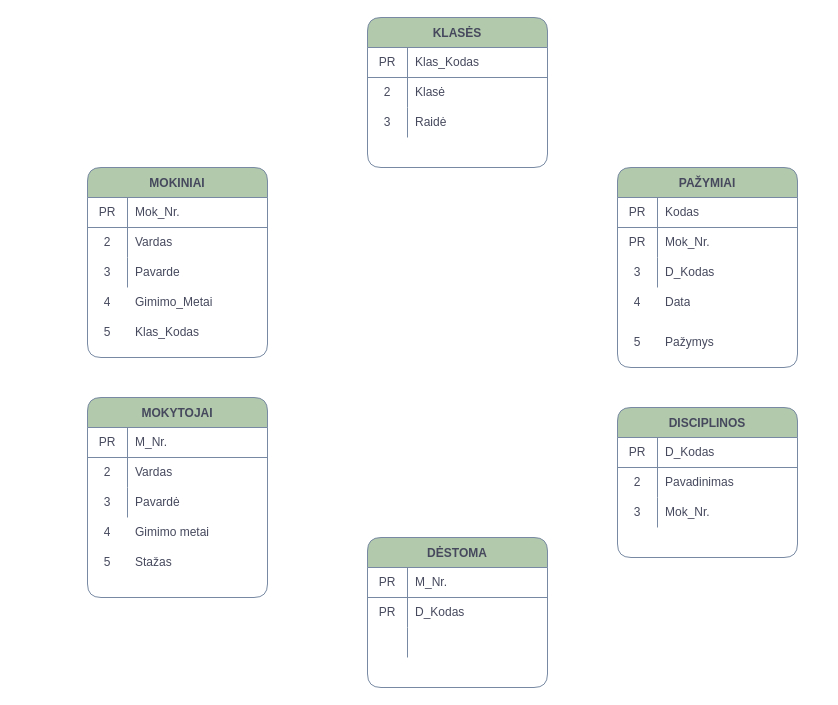
SaruneRa/ER-Diadram-Gradebook keeps this draw.io diagram as Untitled Diagram.drawio. Above is the earlier version. Source tidied: cells renumbered, new cells numbered last; positions are measured from the earlier drawing's top-left corner, leaving out a move shared by most shapes. Both pictures are drawn from the tidied source at 100%, with x=0, y=0 at pixel (87, 17).
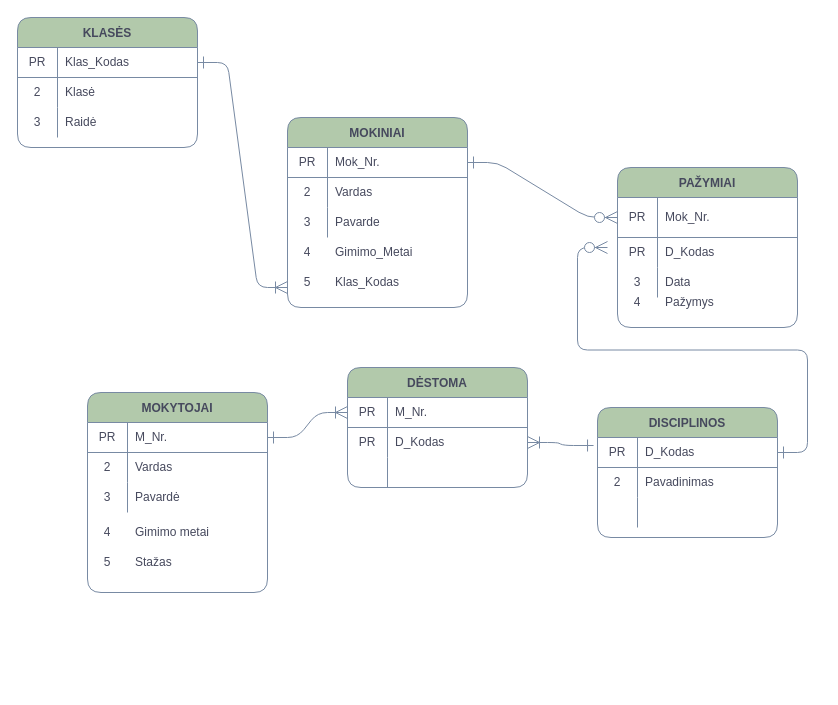
The same page after the edit.

Unchanged cells that the change refers to:
```xml
<mxCell id="3" style="shape=partialRectangle;html=1;whiteSpace=wrap;fillColor=none;top=0;left=0;bottom=1;right=0;points=[[0,0.5],[1,0.5]];portConstraint=eastwest;strokeColor=#788AA3;fontColor=#46495D;rounded=1;" parent="2" vertex="1">
  <mxGeometry y="30" width="180" height="30" as="geometry" />
</mxCell>
<mxCell id="13" style="shape=partialRectangle;html=1;whiteSpace=wrap;fillColor=none;top=0;left=0;bottom=1;right=0;points=[[0,0.5],[1,0.5]];portConstraint=eastwest;strokeColor=#788AA3;fontColor=#46495D;rounded=1;" parent="12" vertex="1">
  <mxGeometry y="30" width="180" height="30" as="geometry" />
</mxCell>
<mxCell id="23" style="shape=partialRectangle;html=1;whiteSpace=wrap;fillColor=none;top=0;left=0;bottom=1;right=0;points=[[0,0.5],[1,0.5]];portConstraint=eastwest;strokeColor=#788AA3;fontColor=#46495D;rounded=1;" parent="22" vertex="1">
  <mxGeometry y="30" width="180" height="30" as="geometry" />
</mxCell>
<mxCell id="43" style="shape=partialRectangle;html=1;whiteSpace=wrap;fillColor=none;top=0;left=0;bottom=1;right=0;points=[[0,0.5],[1,0.5]];portConstraint=eastwest;strokeColor=#788AA3;fontColor=#46495D;rounded=1;" parent="42" vertex="1">
  <mxGeometry y="30" width="180" height="30" as="geometry" />
</mxCell>
<mxCell id="49" style="shape=partialRectangle;html=1;whiteSpace=wrap;fillColor=none;top=0;left=0;bottom=0;right=0;strokeColor=#788AA3;fontColor=#46495D;rounded=1;" parent="42" vertex="1">
  <mxGeometry y="90" width="180" height="30" as="geometry" />
</mxCell>
<mxCell id="53" style="shape=partialRectangle;html=1;whiteSpace=wrap;fillColor=none;top=0;left=0;bottom=1;right=0;points=[[0,0.5],[1,0.5]];portConstraint=eastwest;strokeColor=#788AA3;fontColor=#46495D;rounded=1;" parent="52" vertex="1">
  <mxGeometry y="30" width="180" height="30" as="geometry" />
</mxCell>
<mxCell id="56" style="shape=partialRectangle;html=1;whiteSpace=wrap;fillColor=none;top=0;left=0;bottom=0;right=0;points=[[0,0.5],[1,0.5]];portConstraint=eastwest;strokeColor=#788AA3;fontColor=#46495D;rounded=1;" parent="52" vertex="1">
  <mxGeometry y="60" width="180" height="30" as="geometry" />
</mxCell>
```

Diff of the diagram source:
```diff
@@
     <mxCell id="2" value="MOKINIAI" style="shape=table;startSize=30;childLayout=tableLayout;rowLines=0;fontStyle=1;align=center;fillColor=#B2C9AB;strokeColor=#788AA3;fontColor=#46495D;rounded=1;" parent="1" vertex="1">
-      <mxGeometry y="150" width="180" height="190" as="geometry" />
+      <mxGeometry x="200" y="100" width="180" height="190" as="geometry" />
     </mxCell>
@@
     <mxCell id="12" value="MOKYTOJAI" style="shape=table;startSize=30;childLayout=tableLayout;rowLines=0;fontStyle=1;align=center;fillColor=#B2C9AB;strokeColor=#788AA3;fontColor=#46495D;rounded=1;" parent="1" vertex="1">
-      <mxGeometry y="380" width="180" height="200" as="geometry" />
+      <mxGeometry y="375" width="180" height="200" as="geometry" />
     </mxCell>
@@
     <mxCell id="22" value="KLASĖS" style="shape=table;startSize=30;childLayout=tableLayout;rowLines=0;fontStyle=1;align=center;fillColor=#B2C9AB;strokeColor=#788AA3;fontColor=#46495D;rounded=1;" parent="1" vertex="1">
-      <mxGeometry x="280" width="180" height="150" as="geometry" />
+      <mxGeometry x="-70" width="180" height="130" as="geometry" />
     </mxCell>
@@
     <mxCell id="32" value="PAŽYMIAI" style="shape=table;startSize=30;childLayout=tableLayout;rowLines=0;fontStyle=1;align=center;fillColor=#B2C9AB;strokeColor=#788AA3;fontColor=#46495D;rounded=1;" parent="1" vertex="1">
-      <mxGeometry x="530" y="150" width="180" height="200" as="geometry" />
+      <mxGeometry x="530" y="150" width="180" height="160" as="geometry" />
     </mxCell>
     <mxCell id="33" style="shape=partialRectangle;html=1;whiteSpace=wrap;fillColor=none;top=0;left=0;bottom=1;right=0;points=[[0,0.5],[1,0.5]];portConstraint=eastwest;strokeColor=#788AA3;fontColor=#46495D;rounded=1;" parent="32" vertex="1">
-      <mxGeometry y="30" width="180" height="30" as="geometry" />
+      <mxGeometry y="30" width="180" height="40" as="geometry" />
     </mxCell>
     <mxCell id="34" value="PR" style="shape=partialRectangle;html=1;whiteSpace=wrap;fillColor=none;top=0;left=0;bottom=0;right=0;overflow=hidden;strokeColor=#788AA3;fontColor=#46495D;rounded=1;" parent="33" vertex="1">
-      <mxGeometry width="40" height="30" as="geometry" />
+      <mxGeometry width="40" height="40" as="geometry" />
     </mxCell>
-    <mxCell id="35" value="Kodas" style="shape=partialRectangle;html=1;whiteSpace=wrap;fillColor=none;top=0;left=0;bottom=0;right=0;align=left;spacingLeft=6;overflow=hidden;strokeColor=#788AA3;fontColor=#46495D;rounded=1;" parent="33" vertex="1">
-      <mxGeometry x="40" width="140" height="30" as="geometry" />
+    <mxCell id="35" value="Mok_Nr." style="shape=partialRectangle;html=1;whiteSpace=wrap;fillColor=none;top=0;left=0;bottom=0;right=0;align=left;spacingLeft=6;overflow=hidden;strokeColor=#788AA3;fontColor=#46495D;rounded=1;" parent="33" vertex="1">
+      <mxGeometry x="40" width="140" height="40" as="geometry" />
     </mxCell>
     <mxCell id="36" style="shape=partialRectangle;html=1;whiteSpace=wrap;fillColor=none;top=0;left=0;bottom=0;right=0;strokeColor=#788AA3;fontColor=#46495D;rounded=1;" parent="32" vertex="1">
-      <mxGeometry y="60" width="180" height="30" as="geometry" />
+      <mxGeometry y="70" width="180" height="30" as="geometry" />
     </mxCell>
@@
-    <mxCell id="38" value="Mok_Nr." style="shape=partialRectangle;html=1;whiteSpace=wrap;fillColor=none;top=0;left=0;bottom=0;right=0;align=left;spacingLeft=6;overflow=hidden;strokeColor=#788AA3;fontColor=#46495D;rounded=1;" parent="36" vertex="1">
+    <mxCell id="38" value="D_Kodas" style="shape=partialRectangle;html=1;whiteSpace=wrap;fillColor=none;top=0;left=0;bottom=0;right=0;align=left;spacingLeft=6;overflow=hidden;strokeColor=#788AA3;fontColor=#46495D;rounded=1;" parent="36" vertex="1">
       <mxGeometry x="40" width="140" height="30" as="geometry" />
     </mxCell>
     <mxCell id="39" style="shape=partialRectangle;html=1;whiteSpace=wrap;fillColor=none;top=0;left=0;bottom=0;right=0;strokeColor=#788AA3;fontColor=#46495D;rounded=1;" parent="32" vertex="1">
-      <mxGeometry y="90" width="180" height="30" as="geometry" />
+      <mxGeometry y="100" width="180" height="30" as="geometry" />
     </mxCell>
@@
-    <mxCell id="41" value="D_Kodas" style="shape=partialRectangle;html=1;whiteSpace=wrap;fillColor=none;top=0;left=0;bottom=0;right=0;align=left;spacingLeft=6;overflow=hidden;strokeColor=#788AA3;fontColor=#46495D;rounded=1;" parent="39" vertex="1">
+    <mxCell id="41" value="&lt;span&gt;Data&lt;/span&gt;" style="shape=partialRectangle;html=1;whiteSpace=wrap;fillColor=none;top=0;left=0;bottom=0;right=0;align=left;spacingLeft=6;overflow=hidden;strokeColor=#788AA3;fontColor=#46495D;rounded=1;" parent="39" vertex="1">
       <mxGeometry x="40" width="140" height="30" as="geometry" />
     </mxCell>
     <mxCell id="42" value="DISCIPLINOS" style="shape=table;startSize=30;childLayout=tableLayout;rowLines=0;fontStyle=1;align=center;fillColor=#B2C9AB;strokeColor=#788AA3;fontColor=#46495D;rounded=1;" parent="1" vertex="1">
-      <mxGeometry x="530" y="390" width="180" height="150" as="geometry" />
+      <mxGeometry x="510" y="390" width="180" height="130" as="geometry" />
     </mxCell>
@@
-    <mxCell id="50" value="3" style="shape=partialRectangle;html=1;whiteSpace=wrap;fillColor=none;top=0;left=0;bottom=0;right=0;overflow=hidden;strokeColor=#788AA3;fontColor=#46495D;rounded=1;" parent="49" vertex="1">
+    <mxCell id="50" style="shape=partialRectangle;html=1;whiteSpace=wrap;fillColor=none;top=0;left=0;bottom=0;right=0;overflow=hidden;strokeColor=#788AA3;fontColor=#46495D;rounded=1;" parent="49" vertex="1">
       <mxGeometry width="40" height="30" as="geometry" />
     </mxCell>
-    <mxCell id="51" value="Mok_Nr." style="shape=partialRectangle;html=1;whiteSpace=wrap;fillColor=none;top=0;left=0;bottom=0;right=0;align=left;spacingLeft=6;overflow=hidden;strokeColor=#788AA3;fontColor=#46495D;rounded=1;" parent="49" vertex="1">
+    <mxCell id="51" style="shape=partialRectangle;html=1;whiteSpace=wrap;fillColor=none;top=0;left=0;bottom=0;right=0;align=left;spacingLeft=6;overflow=hidden;strokeColor=#788AA3;fontColor=#46495D;rounded=1;" parent="49" vertex="1">
       <mxGeometry x="40" width="140" height="30" as="geometry" />
     </mxCell>
     <mxCell id="52" value="DĖSTOMA" style="shape=table;startSize=30;childLayout=tableLayout;rowLines=0;fontStyle=1;align=center;fillColor=#B2C9AB;strokeColor=#788AA3;fontColor=#46495D;rounded=1;" parent="1" vertex="1">
-      <mxGeometry x="280" y="520" width="180" height="150" as="geometry" />
+      <mxGeometry x="260" y="350" width="180" height="120" as="geometry" />
     </mxCell>
@@
     <mxCell id="62" value="Gimimo_Metai" style="shape=partialRectangle;html=1;whiteSpace=wrap;fillColor=none;top=0;left=0;bottom=0;right=0;align=left;spacingLeft=6;overflow=hidden;strokeColor=#788AA3;fontColor=#46495D;rounded=1;" parent="1" vertex="1">
-      <mxGeometry x="40" y="270" width="140" height="30" as="geometry" />
+      <mxGeometry x="240" y="220" width="140" height="30" as="geometry" />
     </mxCell>
     <mxCell id="63" value="Klas_Kodas" style="shape=partialRectangle;html=1;whiteSpace=wrap;fillColor=none;top=0;left=0;bottom=0;right=0;align=left;spacingLeft=6;overflow=hidden;strokeColor=#788AA3;fontColor=#46495D;rounded=1;" parent="1" vertex="1">
-      <mxGeometry x="40" y="300" width="140" height="30" as="geometry" />
+      <mxGeometry x="240" y="250" width="140" height="30" as="geometry" />
     </mxCell>
@@
-    <mxCell id="68" value="Pažymys" style="shape=partialRectangle;html=1;whiteSpace=wrap;fillColor=none;top=0;left=0;bottom=0;right=0;align=left;spacingLeft=6;overflow=hidden;strokeColor=#788AA3;fontColor=#46495D;rounded=1;" parent="1" vertex="1">
-      <mxGeometry x="570" y="310" width="140" height="30" as="geometry" />
-    </mxCell>
@@
     <mxCell id="70" value="4" style="shape=partialRectangle;html=1;whiteSpace=wrap;fillColor=none;top=0;left=0;bottom=0;right=0;overflow=hidden;strokeColor=#788AA3;fontColor=#46495D;rounded=1;" parent="1" vertex="1">
-      <mxGeometry y="270" width="40" height="30" as="geometry" />
+      <mxGeometry x="200" y="220" width="40" height="30" as="geometry" />
     </mxCell>
     <mxCell id="71" value="5" style="shape=partialRectangle;html=1;whiteSpace=wrap;fillColor=none;top=0;left=0;bottom=0;right=0;overflow=hidden;strokeColor=#788AA3;fontColor=#46495D;rounded=1;" parent="1" vertex="1">
-      <mxGeometry y="300" width="40" height="30" as="geometry" />
+      <mxGeometry x="200" y="250" width="40" height="30" as="geometry" />
     </mxCell>
-    <mxCell id="72" value="5" style="shape=partialRectangle;html=1;whiteSpace=wrap;fillColor=none;top=0;left=0;bottom=0;right=0;overflow=hidden;strokeColor=#788AA3;fontColor=#46495D;rounded=1;" parent="1" vertex="1">
-      <mxGeometry x="530" y="310" width="40" height="30" as="geometry" />
-    </mxCell>
-    <mxCell id="73" value="Data" style="shape=partialRectangle;html=1;whiteSpace=wrap;fillColor=none;top=0;left=0;bottom=0;right=0;align=left;spacingLeft=6;overflow=hidden;strokeColor=#788AA3;fontColor=#46495D;rounded=1;" parent="1" vertex="1">
+    <mxCell id="73" value="Pažymys" style="shape=partialRectangle;html=1;whiteSpace=wrap;fillColor=none;top=0;left=0;bottom=0;right=0;align=left;spacingLeft=6;overflow=hidden;strokeColor=#788AA3;fontColor=#46495D;rounded=1;" parent="1" vertex="1">
       <mxGeometry x="570" y="270" width="140" height="30" as="geometry" />
     </mxCell>
+    <mxCell id="74" style="edgeStyle=entityRelationEdgeStyle;fontSize=12;html=1;endArrow=ERoneToMany;startArrow=ERone;fontColor=#46495D;startSize=10;endSize=10;strokeColor=#788AA3;fillColor=#B2C9AB;startFill=0;exitX=1;exitY=0.5;exitDx=0;exitDy=0;" parent="1" edge="1" source="23">
+      <mxGeometry relative="1" as="geometry">
+        <mxPoint x="200" y="270" as="targetPoint" />
+      </mxGeometry>
+    </mxCell>
+    <mxCell id="75" style="edgeStyle=entityRelationEdgeStyle;fontSize=12;html=1;endArrow=ERoneToMany;startArrow=ERone;fontColor=#46495D;startSize=10;endSize=10;strokeColor=#788AA3;fillColor=#B2C9AB;startFill=0;exitX=1;exitY=0.5;exitDx=0;exitDy=0;entryX=0;entryY=0.5;entryDx=0;entryDy=0;" parent="1" edge="1" source="13" target="53">
+      <mxGeometry relative="1" as="geometry" />
+    </mxCell>
+    <mxCell id="76" style="edgeStyle=entityRelationEdgeStyle;fontSize=12;html=1;endArrow=ERoneToMany;startArrow=ERone;fontColor=#46495D;startSize=10;endSize=10;strokeColor=#788AA3;fillColor=#B2C9AB;startFill=0;exitX=-0.022;exitY=0.267;exitDx=0;exitDy=0;entryX=1;entryY=0.5;entryDx=0;entryDy=0;exitPerimeter=0;" parent="1" edge="1" source="43" target="56">
+      <mxGeometry relative="1" as="geometry" />
+    </mxCell>
+    <mxCell id="77" style="edgeStyle=entityRelationEdgeStyle;fontSize=12;html=1;endArrow=ERzeroToMany;startArrow=ERone;fontColor=#46495D;startSize=10;endSize=10;strokeColor=#788AA3;fillColor=#B2C9AB;startFill=0;exitX=1;exitY=0.5;exitDx=0;exitDy=0;entryX=0;entryY=0.5;entryDx=0;entryDy=0;endFill=1;" parent="1" edge="1" source="3" target="33">
+      <mxGeometry relative="1" as="geometry" />
+    </mxCell>
+    <mxCell id="78" style="edgeStyle=entityRelationEdgeStyle;fontSize=12;html=1;endArrow=ERzeroToMany;startArrow=ERone;fontColor=#46495D;startSize=10;endSize=10;strokeColor=#788AA3;fillColor=#B2C9AB;startFill=0;exitX=1;exitY=0.5;exitDx=0;exitDy=0;endFill=1;" parent="1" edge="1" source="43">
+      <mxGeometry relative="1" as="geometry">
+        <mxPoint x="520" y="230" as="targetPoint" />
+      </mxGeometry>
+    </mxCell>
```
